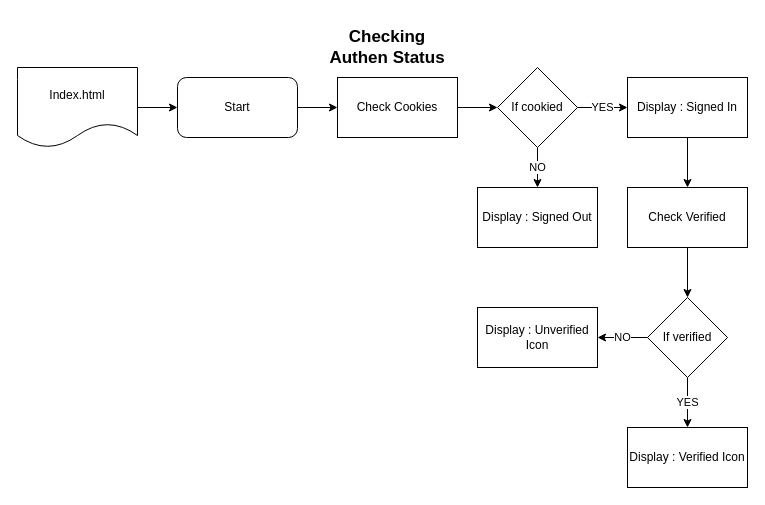
Before: Untitled Diagram.drawio in klinsc/klinsc.github.io, a draw.io diagram. Source tidied: cells renumbered, new cells numbered last; positions are measured from the earlier drawing's top-left corner, leaving out a move shared by most shapes. Both pictures are drawn from the tidied source at 100%, with x=0, y=0 at pixel (17, 37).
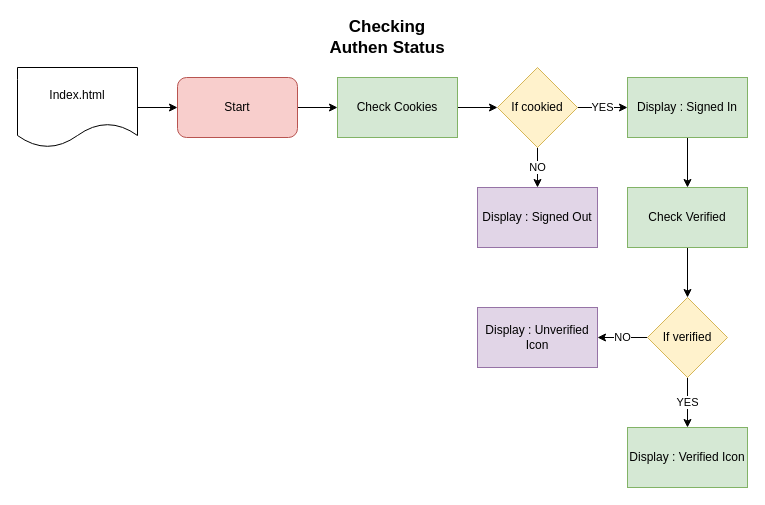
The same diagram, later.

Change to the diagram source:
```diff
@@
-    <mxCell id="5" value="Start" style="rounded=1;whiteSpace=wrap;html=1;" parent="1" vertex="1">
+    <mxCell id="5" value="Start" style="rounded=1;whiteSpace=wrap;html=1;fillColor=#f8cecc;strokeColor=#b85450;" parent="1" vertex="1">
       <mxGeometry x="160" y="40" width="120" height="60" as="geometry" />
     </mxCell>
@@
-    <mxCell id="7" value="Check Cookies" style="rounded=0;whiteSpace=wrap;html=1;" parent="1" vertex="1">
+    <mxCell id="7" value="Check Cookies" style="rounded=0;whiteSpace=wrap;html=1;fillColor=#d5e8d4;strokeColor=#82b366;" parent="1" vertex="1">
       <mxGeometry x="320" y="40" width="120" height="60" as="geometry" />
     </mxCell>
@@
-    <mxCell id="10" value="If cookied" style="rhombus;whiteSpace=wrap;html=1;" parent="1" vertex="1">
+    <mxCell id="10" value="If cookied" style="rhombus;whiteSpace=wrap;html=1;fillColor=#fff2cc;strokeColor=#d6b656;" parent="1" vertex="1">
       <mxGeometry x="480" y="30" width="80" height="80" as="geometry" />
     </mxCell>
     <mxCell id="11" value="Checking Authen Status" style="text;html=1;strokeColor=none;fillColor=none;align=center;verticalAlign=middle;whiteSpace=wrap;rounded=0;fontSize=17;fontStyle=1;" parent="1" vertex="1">
-      <mxGeometry x="300" width="140" height="20" as="geometry" />
+      <mxGeometry x="300" y="-10" width="140" height="20" as="geometry" />
     </mxCell>
@@
-    <mxCell id="13" value="Display : Signed In" style="rounded=0;whiteSpace=wrap;html=1;" parent="1" vertex="1">
+    <mxCell id="13" value="Display : Signed In" style="rounded=0;whiteSpace=wrap;html=1;fillColor=#d5e8d4;strokeColor=#82b366;" parent="1" vertex="1">
       <mxGeometry x="610" y="40" width="120" height="60" as="geometry" />
     </mxCell>
-    <mxCell id="14" value="Display : Signed Out" style="rounded=0;whiteSpace=wrap;html=1;" parent="1" vertex="1">
+    <mxCell id="14" value="Display : Signed Out" style="rounded=0;whiteSpace=wrap;html=1;fillColor=#e1d5e7;strokeColor=#9673a6;" parent="1" vertex="1">
       <mxGeometry x="460" y="150" width="120" height="60" as="geometry" />
     </mxCell>
@@
-    <mxCell id="16" value="Check Verified" style="rounded=0;whiteSpace=wrap;html=1;" parent="1" vertex="1">
+    <mxCell id="16" value="Check Verified" style="rounded=0;whiteSpace=wrap;html=1;fillColor=#d5e8d4;strokeColor=#82b366;" parent="1" vertex="1">
       <mxGeometry x="610" y="150" width="120" height="60" as="geometry" />
     </mxCell>
@@
-    <mxCell id="19" value="If verified" style="rhombus;whiteSpace=wrap;html=1;" parent="1" vertex="1">
+    <mxCell id="19" value="If verified" style="rhombus;whiteSpace=wrap;html=1;fillColor=#fff2cc;strokeColor=#d6b656;" parent="1" vertex="1">
       <mxGeometry x="630" y="260" width="80" height="80" as="geometry" />
     </mxCell>
-    <mxCell id="20" value="Display : Verified Icon" style="rounded=0;whiteSpace=wrap;html=1;" parent="1" vertex="1">
+    <mxCell id="20" value="Display : Verified Icon" style="rounded=0;whiteSpace=wrap;html=1;fillColor=#d5e8d4;strokeColor=#82b366;" parent="1" vertex="1">
       <mxGeometry x="610" y="390" width="120" height="60" as="geometry" />
     </mxCell>
-    <mxCell id="21" value="&lt;span&gt;Display : Unverified Icon&lt;/span&gt;" style="rounded=0;whiteSpace=wrap;html=1;" parent="1" vertex="1">
+    <mxCell id="21" value="&lt;span&gt;Display : Unverified Icon&lt;/span&gt;" style="rounded=0;whiteSpace=wrap;html=1;fillColor=#e1d5e7;strokeColor=#9673a6;" parent="1" vertex="1">
       <mxGeometry x="460" y="270" width="120" height="60" as="geometry" />
     </mxCell>
```
